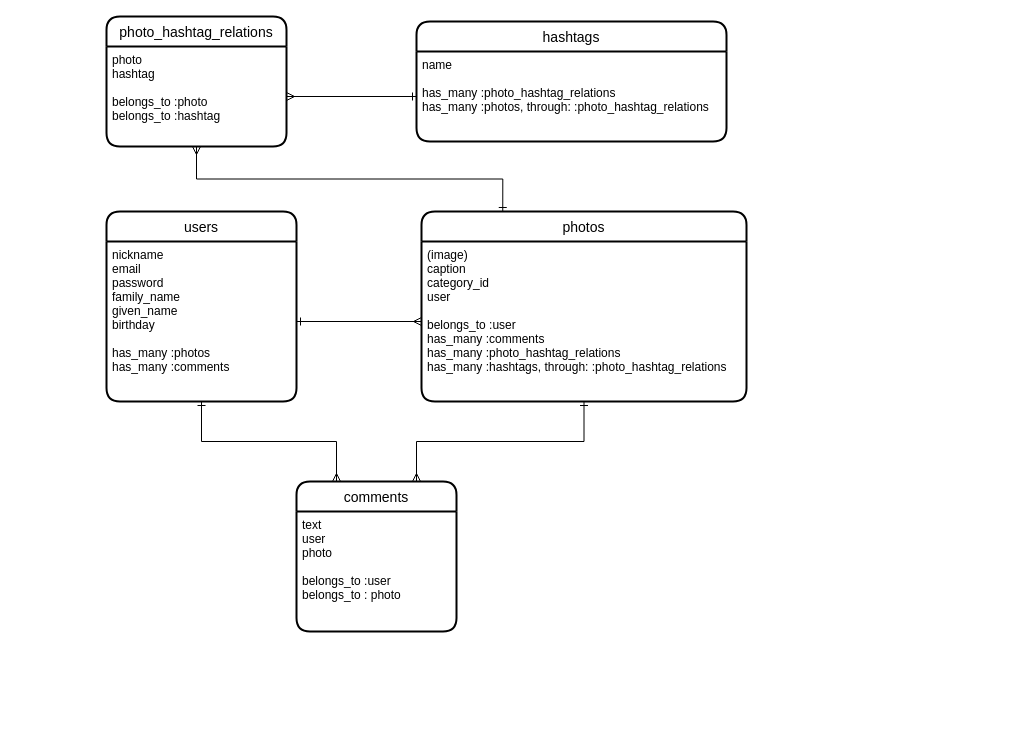
MitsuTurtle/petput keeps this draw.io diagram as ER_petput.dio. Above is the earlier version. Source tidied: cells renumbered, new cells numbered last; positions are measured from the earlier drawing's top-left corner, leaving out a move shared by most shapes. Both pictures are drawn from the tidied source at 100%, with x=0, y=0 at pixel (106, 16).
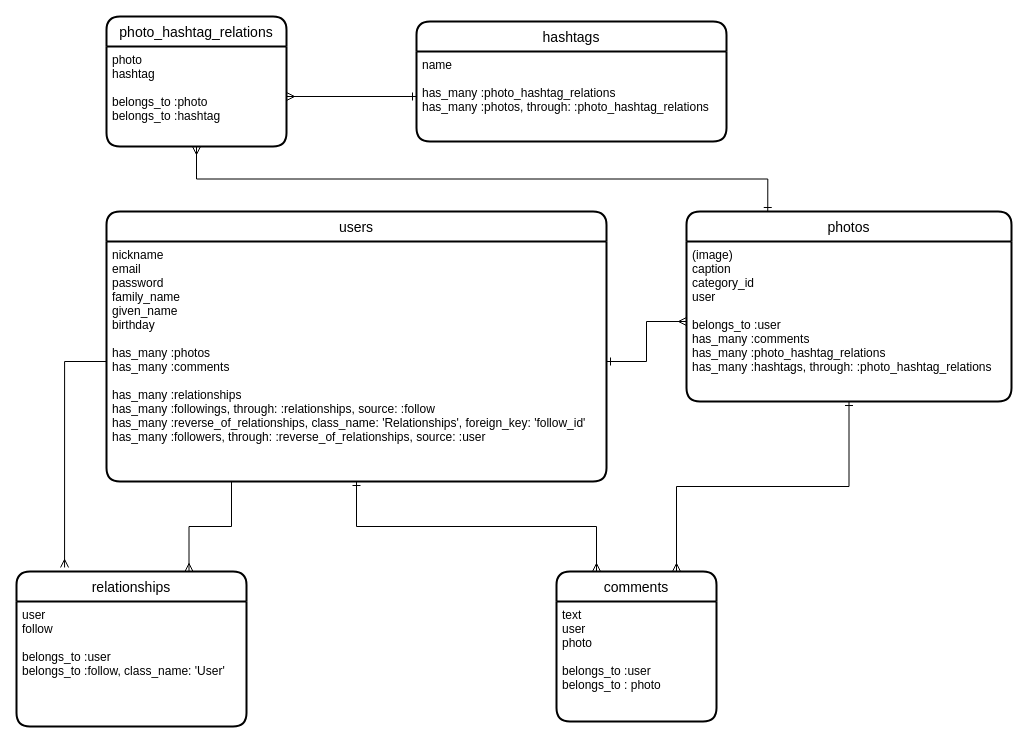
The same page after the edit.

Commit message (it also covers changes not shown here):
ER図とREADMEを編集

The edit, as a diff of the source:
```diff
@@
     <mxCell id="7" value="comments" style="swimlane;horizontal=1;startSize=30;rounded=1;fontSize=14;fontStyle=0;strokeWidth=2;shadow=0;dashed=0;align=center;" parent="1" vertex="1">
-      <mxGeometry x="190" y="465" width="160" height="150" as="geometry" />
+      <mxGeometry x="450" y="555" width="160" height="150" as="geometry" />
     </mxCell>
@@
     <mxCell id="13" value="photos" style="swimlane;horizontal=1;startSize=30;rounded=1;fontSize=14;fontStyle=0;strokeWidth=2;shadow=0;dashed=0;align=center;" parent="1" vertex="1">
-      <mxGeometry x="315" y="195" width="325" height="190" as="geometry" />
+      <mxGeometry x="580" y="195" width="325" height="190" as="geometry" />
     </mxCell>
@@
     <mxCell id="15" value="users" style="swimlane;horizontal=1;startSize=30;rounded=1;fontSize=14;fontStyle=0;strokeWidth=2;shadow=0;dashed=0;align=center;" parent="1" vertex="1">
-      <mxGeometry y="195" width="190" height="190" as="geometry" />
+      <mxGeometry y="195" width="500" height="270" as="geometry" />
     </mxCell>
-    <mxCell id="16" value="nickname&#10;email&#10;password&#10;family_name&#10;given_name&#10;birthday&#10;&#10;has_many :photos&#10;has_many :comments" style="align=left;strokeColor=none;fillColor=none;spacingLeft=4;fontSize=12;verticalAlign=top;" parent="15" vertex="1">
-      <mxGeometry y="30" width="190" height="160" as="geometry" />
+    <mxCell id="16" value="nickname&#10;email&#10;password&#10;family_name&#10;given_name&#10;birthday&#10;&#10;has_many :photos&#10;has_many :comments&#10;&#10;has_many :relationships&#10;  has_many :followings, through: :relationships, source: :follow&#10;  has_many :reverse_of_relationships, class_name: 'Relationships', foreign_key: 'follow_id'&#10;  has_many :followers, through: :reverse_of_relationships, source: :user" style="align=left;strokeColor=none;fillColor=none;spacingLeft=4;fontSize=12;verticalAlign=top;" parent="15" vertex="1">
+      <mxGeometry y="30" width="500" height="240" as="geometry" />
     </mxCell>
+    <mxCell id="17" value="relationships" style="swimlane;horizontal=1;startSize=30;rounded=1;fontSize=14;fontStyle=0;strokeWidth=2;shadow=0;dashed=0;align=center;" parent="1" vertex="1">
+      <mxGeometry x="-90" y="555" width="230" height="155" as="geometry" />
+    </mxCell>
+    <mxCell id="18" value="user&#10;follow&#10;&#10;belongs_to :user&#10;  belongs_to :follow, class_name: 'User'" style="align=left;strokeColor=none;fillColor=none;spacingLeft=4;fontSize=12;verticalAlign=top;" parent="17" vertex="1">
+      <mxGeometry y="30" width="230" height="125" as="geometry" />
+    </mxCell>
+    <mxCell id="19" style="edgeStyle=orthogonalEdgeStyle;rounded=0;jettySize=auto;html=1;exitX=0;exitY=0.5;exitDx=0;exitDy=0;entryX=0.209;entryY=-0.026;entryDx=0;entryDy=0;entryPerimeter=0;endArrow=ERmany;endFill=0;" parent="1" edge="1" source="16" target="17">
+      <mxGeometry relative="1" as="geometry" />
+    </mxCell>
+    <mxCell id="20" style="edgeStyle=orthogonalEdgeStyle;rounded=0;jettySize=auto;html=1;exitX=0.25;exitY=1;exitDx=0;exitDy=0;entryX=0.75;entryY=0;entryDx=0;entryDy=0;endArrow=ERmany;endFill=0;" parent="1" edge="1" source="16" target="17">
+      <mxGeometry relative="1" as="geometry" />
+    </mxCell>
```
